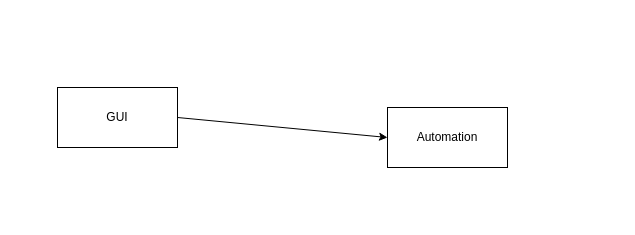
The draw.io diagram documents/uml.drawio in mitchellkolb/pi-music-player, before the edit. Source tidied: cells renumbered, new cells numbered last; positions are measured from the earlier drawing's top-left corner, leaving out a move shared by most shapes. Both pictures are drawn from the tidied source at 100%, with x=0, y=0 at pixel (57, 87).
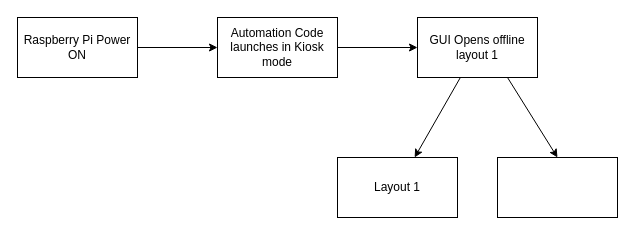
The same diagram, later.

Commit message:
UML Reqs begun, it needs the vscode extension to view

Diff of the diagram source:
```diff
@@
 <mxGraphModel>
   <root>
     <mxCell id="0" />
     <mxCell id="1" parent="0" />
     <mxCell id="2" style="edgeStyle=none;html=1;exitX=1;exitY=0.5;exitDx=0;exitDy=0;entryX=0;entryY=0.5;entryDx=0;entryDy=0;" parent="1" edge="1" source="3" target="4">
       <mxGeometry relative="1" as="geometry" />
     </mxCell>
-    <mxCell id="3" value="GUI" style="whiteSpace=wrap;html=1;" parent="1" vertex="1">
-      <mxGeometry width="120" height="60" as="geometry" />
+    <mxCell id="3" value="Raspberry Pi Power ON" style="whiteSpace=wrap;html=1;" parent="1" vertex="1">
+      <mxGeometry x="-40" y="-70" width="120" height="60" as="geometry" />
     </mxCell>
-    <mxCell id="4" value="Automation" style="whiteSpace=wrap;html=1;" parent="1" vertex="1">
-      <mxGeometry x="330" y="20" width="120" height="60" as="geometry" />
+    <mxCell id="4" value="Automation Code launches in Kiosk mode" style="whiteSpace=wrap;html=1;" parent="1" vertex="1">
+      <mxGeometry x="160" y="-70" width="120" height="60" as="geometry" />
     </mxCell>
+    <mxCell id="5" style="edgeStyle=none;html=1;exitX=1;exitY=0.5;exitDx=0;exitDy=0;entryX=0;entryY=0.5;entryDx=0;entryDy=0;" parent="1" edge="1" source="4" target="8">
+      <mxGeometry relative="1" as="geometry" />
+    </mxCell>
+    <mxCell id="6" style="edgeStyle=none;html=1;" parent="1" edge="1" source="8" target="9">
+      <mxGeometry relative="1" as="geometry" />
+    </mxCell>
+    <mxCell id="7" style="edgeStyle=none;html=1;exitX=0.75;exitY=1;exitDx=0;exitDy=0;entryX=0.5;entryY=0;entryDx=0;entryDy=0;" parent="1" edge="1" source="8" target="10">
+      <mxGeometry relative="1" as="geometry" />
+    </mxCell>
+    <mxCell id="8" value="GUI Opens offline layout 1" style="whiteSpace=wrap;html=1;" parent="1" vertex="1">
+      <mxGeometry x="360" y="-70" width="120" height="60" as="geometry" />
+    </mxCell>
+    <mxCell id="9" value="Layout 1" style="whiteSpace=wrap;html=1;" parent="1" vertex="1">
+      <mxGeometry x="280" y="70" width="120" height="60" as="geometry" />
+    </mxCell>
+    <mxCell id="10" style="whiteSpace=wrap;html=1;" parent="1" vertex="1">
+      <mxGeometry x="440" y="70" width="120" height="60" as="geometry" />
+    </mxCell>
   </root>
 </mxGraphModel>
```
